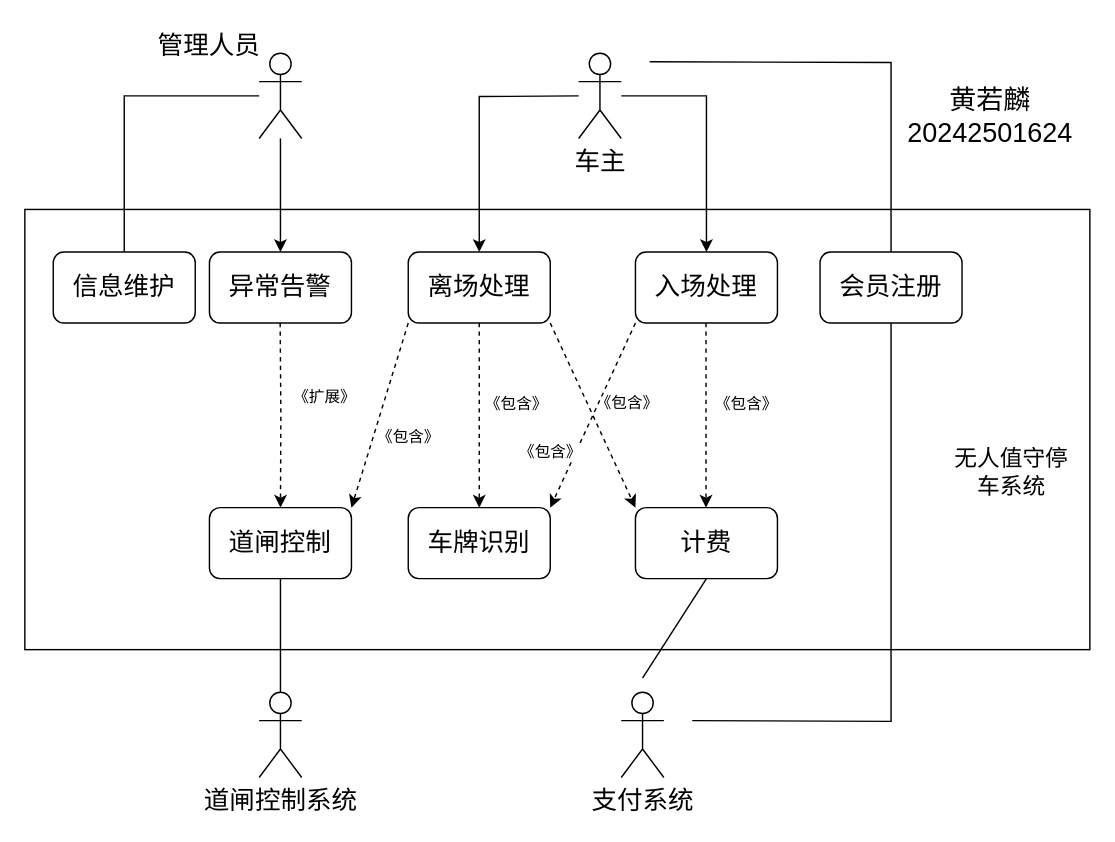
Before: 5,6章 43题.drawio in Jackrainman/draw.io, a draw.io diagram. Source tidied: cells renumbered, new cells numbered last; positions are measured from the earlier drawing's top-left corner, leaving out a move shared by most shapes. Both pictures are drawn from the tidied source at 142%, with x=0, y=0 at pixel (24, 24).
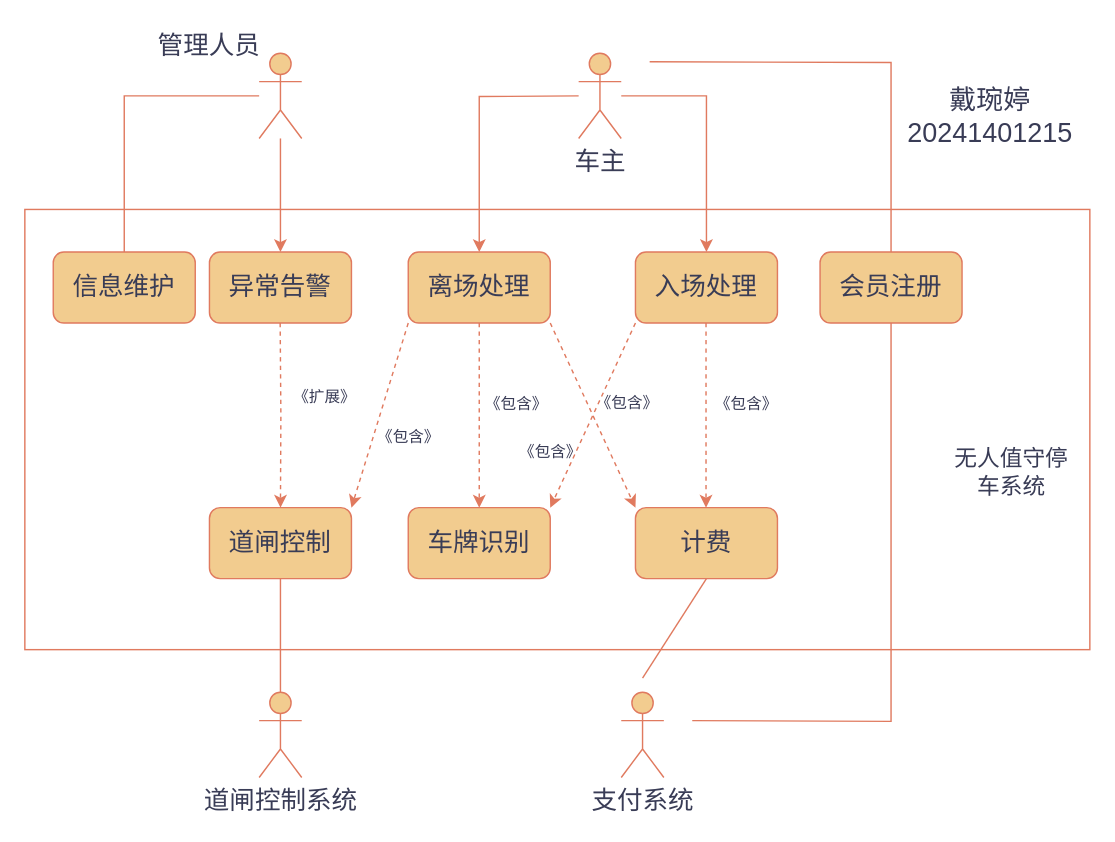
After the change.

The edit, as a diff of the source:
```diff
@@
-    <mxCell id="2" style="edgeStyle=orthogonalEdgeStyle;rounded=0;jettySize=auto;html=1;entryX=0.5;entryY=0;entryDx=0;entryDy=0;endArrow=none;endFill=0;" parent="1" edge="1" source="4" target="14">
+    <mxCell id="2" style="edgeStyle=orthogonalEdgeStyle;rounded=0;jettySize=auto;html=1;entryX=0.5;entryY=0;entryDx=0;entryDy=0;endArrow=none;endFill=0;labelBackgroundColor=none;strokeColor=#E07A5F;fontColor=default;" parent="1" edge="1" source="4" target="14">
       <mxGeometry relative="1" as="geometry" />
     </mxCell>
-    <mxCell id="3" style="edgeStyle=orthogonalEdgeStyle;rounded=0;jettySize=auto;html=1;" parent="1" edge="1" source="4" target="15">
+    <mxCell id="3" style="edgeStyle=orthogonalEdgeStyle;rounded=0;jettySize=auto;html=1;labelBackgroundColor=none;strokeColor=#E07A5F;fontColor=default;" parent="1" edge="1" source="4" target="15">
       <mxGeometry relative="1" as="geometry" />
     </mxCell>
-    <mxCell id="4" style="shape=umlActor;verticalLabelPosition=bottom;verticalAlign=top;html=1;outlineConnect=0;fontSize=18;" parent="1" vertex="1">
+    <mxCell id="4" style="shape=umlActor;verticalLabelPosition=bottom;verticalAlign=top;html=1;outlineConnect=0;fontSize=18;labelBackgroundColor=none;fillColor=#F2CC8F;strokeColor=#E07A5F;fontColor=#393C56;" parent="1" vertex="1">
       <mxGeometry x="165" y="20" width="30" height="60" as="geometry" />
     </mxCell>
-    <mxCell id="5" style="edgeStyle=orthogonalEdgeStyle;rounded=0;jettySize=auto;html=1;" parent="1" edge="1" target="22">
+    <mxCell id="5" style="edgeStyle=orthogonalEdgeStyle;rounded=0;jettySize=auto;html=1;labelBackgroundColor=none;strokeColor=#E07A5F;fontColor=default;" parent="1" edge="1" target="22">
       <mxGeometry relative="1" as="geometry">
         <mxPoint x="390" y="50" as="sourcePoint" />
       </mxGeometry>
     </mxCell>
-    <mxCell id="6" style="edgeStyle=orthogonalEdgeStyle;rounded=0;jettySize=auto;html=1;entryX=0.5;entryY=0;entryDx=0;entryDy=0;" parent="1" edge="1" target="23">
+    <mxCell id="6" style="edgeStyle=orthogonalEdgeStyle;rounded=0;jettySize=auto;html=1;entryX=0.5;entryY=0;entryDx=0;entryDy=0;labelBackgroundColor=none;strokeColor=#E07A5F;fontColor=default;" parent="1" edge="1" target="23">
       <mxGeometry relative="1" as="geometry">
         <mxPoint x="420" y="50" as="sourcePoint" />
         <Array as="points">
           <mxPoint x="480" y="50" />
         </Array>
       </mxGeometry>
     </mxCell>
-    <mxCell id="7" style="edgeStyle=orthogonalEdgeStyle;rounded=0;jettySize=auto;html=1;endArrow=none;endFill=0;" parent="1" edge="1" target="34">
+    <mxCell id="7" style="edgeStyle=orthogonalEdgeStyle;rounded=0;jettySize=auto;html=1;endArrow=none;endFill=0;labelBackgroundColor=none;strokeColor=#E07A5F;fontColor=default;" parent="1" edge="1" target="34">
       <mxGeometry relative="1" as="geometry">
         <mxPoint x="440" y="26" as="sourcePoint" />
       </mxGeometry>
     </mxCell>
-    <mxCell id="8" value="车主&lt;div&gt;&lt;br&gt;&lt;/div&gt;" style="shape=umlActor;verticalLabelPosition=bottom;verticalAlign=top;html=1;fontSize=18;" parent="1" vertex="1">
+    <mxCell id="8" value="车主&lt;div&gt;&lt;br&gt;&lt;/div&gt;" style="shape=umlActor;verticalLabelPosition=bottom;verticalAlign=top;html=1;fontSize=18;labelBackgroundColor=none;fillColor=#F2CC8F;strokeColor=#E07A5F;fontColor=#393C56;" parent="1" vertex="1">
       <mxGeometry x="390" y="20" width="30" height="60" as="geometry" />
     </mxCell>
-    <mxCell id="9" style="rounded=0;jettySize=auto;html=1;entryX=0.5;entryY=1;entryDx=0;entryDy=0;endArrow=none;endFill=0;" parent="1" edge="1" target="25">
+    <mxCell id="9" style="rounded=0;jettySize=auto;html=1;entryX=0.5;entryY=1;entryDx=0;entryDy=0;endArrow=none;endFill=0;labelBackgroundColor=none;strokeColor=#E07A5F;fontColor=default;" parent="1" edge="1" target="25">
       <mxGeometry relative="1" as="geometry">
         <mxPoint x="435" y="460" as="sourcePoint" />
       </mxGeometry>
     </mxCell>
-    <mxCell id="10" style="edgeStyle=orthogonalEdgeStyle;rounded=0;jettySize=auto;html=1;entryX=0.5;entryY=1;entryDx=0;entryDy=0;endArrow=none;endFill=0;" parent="1" edge="1" target="34">
+    <mxCell id="10" style="edgeStyle=orthogonalEdgeStyle;rounded=0;jettySize=auto;html=1;entryX=0.5;entryY=1;entryDx=0;entryDy=0;endArrow=none;endFill=0;labelBackgroundColor=none;strokeColor=#E07A5F;fontColor=default;" parent="1" edge="1" target="34">
       <mxGeometry relative="1" as="geometry">
         <mxPoint x="470" y="490" as="sourcePoint" />
       </mxGeometry>
     </mxCell>
-    <mxCell id="11" value="支付系统" style="shape=umlActor;verticalLabelPosition=bottom;verticalAlign=top;html=1;fontSize=18;" parent="1" vertex="1">
+    <mxCell id="11" value="支付系统" style="shape=umlActor;verticalLabelPosition=bottom;verticalAlign=top;html=1;fontSize=18;labelBackgroundColor=none;fillColor=#F2CC8F;strokeColor=#E07A5F;fontColor=#393C56;" parent="1" vertex="1">
       <mxGeometry x="420" y="470" width="30" height="60" as="geometry" />
     </mxCell>
-    <mxCell id="12" style="edgeStyle=orthogonalEdgeStyle;rounded=0;jettySize=auto;html=1;exitX=0.5;exitY=0;exitDx=0;exitDy=0;exitPerimeter=0;entryX=0.5;entryY=1;entryDx=0;entryDy=0;endArrow=none;endFill=0;" parent="1" edge="1" source="13" target="16">
+    <mxCell id="12" style="edgeStyle=orthogonalEdgeStyle;rounded=0;jettySize=auto;html=1;exitX=0.5;exitY=0;exitDx=0;exitDy=0;exitPerimeter=0;entryX=0.5;entryY=1;entryDx=0;entryDy=0;endArrow=none;endFill=0;labelBackgroundColor=none;strokeColor=#E07A5F;fontColor=default;" parent="1" edge="1" source="13" target="16">
       <mxGeometry relative="1" as="geometry" />
     </mxCell>
-    <mxCell id="13" value="道闸控制系统" style="shape=umlActor;verticalLabelPosition=bottom;verticalAlign=top;html=1;outlineConnect=0;fontSize=18;" parent="1" vertex="1">
+    <mxCell id="13" value="道闸控制系统" style="shape=umlActor;verticalLabelPosition=bottom;verticalAlign=top;html=1;outlineConnect=0;fontSize=18;labelBackgroundColor=none;fillColor=#F2CC8F;strokeColor=#E07A5F;fontColor=#393C56;" parent="1" vertex="1">
       <mxGeometry x="165" y="470" width="30" height="60" as="geometry" />
     </mxCell>
-    <mxCell id="14" value="信息维护" style="rounded=1;whiteSpace=wrap;html=1;fontSize=18;" parent="1" vertex="1">
+    <mxCell id="14" value="信息维护" style="rounded=1;whiteSpace=wrap;html=1;fontSize=18;labelBackgroundColor=none;fillColor=#F2CC8F;strokeColor=#E07A5F;fontColor=#393C56;" parent="1" vertex="1">
       <mxGeometry x="20" y="160" width="100" height="50" as="geometry" />
     </mxCell>
-    <mxCell id="15" value="异常告警" style="rounded=1;whiteSpace=wrap;html=1;fontSize=18;" parent="1" vertex="1">
+    <mxCell id="15" value="异常告警" style="rounded=1;whiteSpace=wrap;html=1;fontSize=18;labelBackgroundColor=none;fillColor=#F2CC8F;strokeColor=#E07A5F;fontColor=#393C56;" parent="1" vertex="1">
       <mxGeometry x="130" y="160" width="100" height="50" as="geometry" />
     </mxCell>
-    <mxCell id="16" value="道闸控制" style="rounded=1;whiteSpace=wrap;html=1;fontSize=18;" parent="1" vertex="1">
+    <mxCell id="16" value="道闸控制" style="rounded=1;whiteSpace=wrap;html=1;fontSize=18;labelBackgroundColor=none;fillColor=#F2CC8F;strokeColor=#E07A5F;fontColor=#393C56;" parent="1" vertex="1">
       <mxGeometry x="130" y="340" width="100" height="50" as="geometry" />
     </mxCell>
-    <mxCell id="17" style="edgeStyle=orthogonalEdgeStyle;rounded=0;jettySize=auto;html=1;dashed=1;" parent="1" edge="1" target="16">
+    <mxCell id="17" style="edgeStyle=orthogonalEdgeStyle;rounded=0;jettySize=auto;html=1;dashed=1;labelBackgroundColor=none;strokeColor=#E07A5F;fontColor=default;" parent="1" edge="1" target="16">
       <mxGeometry relative="1" as="geometry">
         <mxPoint x="179.8" y="210" as="sourcePoint" />
       </mxGeometry>
     </mxCell>
-    <mxCell id="18" value="《扩展》" style="edgeLabel;html=1;align=center;verticalAlign=middle;" parent="17" vertex="1">
+    <mxCell id="18" value="《扩展》" style="edgeLabel;html=1;align=center;verticalAlign=middle;labelBackgroundColor=none;fontColor=#393C56;" parent="17" vertex="1">
       <mxGeometry x="-0.2" relative="1" as="geometry">
         <mxPoint x="30" as="offset" />
       </mxGeometry>
     </mxCell>
-    <mxCell id="19" value="&lt;span style=&quot;font-size: 18px; white-space: nowrap;&quot;&gt;管理人员&lt;/span&gt;" style="text;html=1;whiteSpace=wrap;strokeColor=none;fillColor=none;align=center;verticalAlign=middle;rounded=0;" parent="1" vertex="1">
+    <mxCell id="19" value="&lt;span style=&quot;font-size: 18px; white-space: nowrap;&quot;&gt;管理人员&lt;/span&gt;" style="text;html=1;whiteSpace=wrap;strokeColor=none;fillColor=none;align=center;verticalAlign=middle;rounded=0;labelBackgroundColor=none;fontColor=#393C56;" parent="1" vertex="1">
       <mxGeometry x="100" width="60" height="30" as="geometry" />
     </mxCell>
-    <mxCell id="20" style="edgeStyle=orthogonalEdgeStyle;rounded=0;jettySize=auto;html=1;exitX=0.5;exitY=1;exitDx=0;exitDy=0;entryX=0.5;entryY=0;entryDx=0;entryDy=0;dashed=1;" parent="1" edge="1" source="22" target="24">
+    <mxCell id="20" style="edgeStyle=orthogonalEdgeStyle;rounded=0;jettySize=auto;html=1;exitX=0.5;exitY=1;exitDx=0;exitDy=0;entryX=0.5;entryY=0;entryDx=0;entryDy=0;dashed=1;labelBackgroundColor=none;strokeColor=#E07A5F;fontColor=default;" parent="1" edge="1" source="22" target="24">
       <mxGeometry relative="1" as="geometry" />
     </mxCell>
-    <mxCell id="21" value="《包含》" style="edgeLabel;html=1;align=center;verticalAlign=middle;" parent="20" vertex="1">
+    <mxCell id="21" value="《包含》" style="edgeLabel;html=1;align=center;verticalAlign=middle;labelBackgroundColor=none;fontColor=#393C56;" parent="20" vertex="1">
       <mxGeometry x="-0.14" y="1" relative="1" as="geometry">
         <mxPoint x="24" as="offset" />
       </mxGeometry>
     </mxCell>
-    <mxCell id="22" value="离场处理" style="rounded=1;whiteSpace=wrap;html=1;fontSize=18;" parent="1" vertex="1">
+    <mxCell id="22" value="离场处理" style="rounded=1;whiteSpace=wrap;html=1;fontSize=18;labelBackgroundColor=none;fillColor=#F2CC8F;strokeColor=#E07A5F;fontColor=#393C56;" parent="1" vertex="1">
       <mxGeometry x="270" y="160" width="100" height="50" as="geometry" />
     </mxCell>
-    <mxCell id="23" value="入场处理" style="rounded=1;whiteSpace=wrap;html=1;fontSize=18;" parent="1" vertex="1">
+    <mxCell id="23" value="入场处理" style="rounded=1;whiteSpace=wrap;html=1;fontSize=18;labelBackgroundColor=none;fillColor=#F2CC8F;strokeColor=#E07A5F;fontColor=#393C56;" parent="1" vertex="1">
       <mxGeometry x="430" y="160" width="100" height="50" as="geometry" />
     </mxCell>
-    <mxCell id="24" value="车牌识别" style="rounded=1;whiteSpace=wrap;html=1;fontSize=18;" parent="1" vertex="1">
+    <mxCell id="24" value="车牌识别" style="rounded=1;whiteSpace=wrap;html=1;fontSize=18;labelBackgroundColor=none;fillColor=#F2CC8F;strokeColor=#E07A5F;fontColor=#393C56;" parent="1" vertex="1">
       <mxGeometry x="270" y="340" width="100" height="50" as="geometry" />
     </mxCell>
-    <mxCell id="25" value="计费" style="rounded=1;whiteSpace=wrap;html=1;fontSize=18;" parent="1" vertex="1">
+    <mxCell id="25" value="计费" style="rounded=1;whiteSpace=wrap;html=1;fontSize=18;labelBackgroundColor=none;fillColor=#F2CC8F;strokeColor=#E07A5F;fontColor=#393C56;" parent="1" vertex="1">
       <mxGeometry x="430" y="340" width="100" height="50" as="geometry" />
     </mxCell>
-    <mxCell id="26" style="edgeStyle=orthogonalEdgeStyle;rounded=0;orthogonalLoop=1;jettySize=auto;html=1;exitX=0.5;exitY=1;exitDx=0;exitDy=0;entryX=0.5;entryY=0;entryDx=0;entryDy=0;dashed=1;" parent="1" edge="1">
+    <mxCell id="26" style="edgeStyle=orthogonalEdgeStyle;rounded=0;orthogonalLoop=1;jettySize=auto;html=1;exitX=0.5;exitY=1;exitDx=0;exitDy=0;entryX=0.5;entryY=0;entryDx=0;entryDy=0;dashed=1;labelBackgroundColor=none;strokeColor=#E07A5F;fontColor=default;" parent="1" edge="1">
       <mxGeometry relative="1" as="geometry">
         <mxPoint x="479.7" y="210" as="sourcePoint" />
         <mxPoint x="479.7" y="340" as="targetPoint" />
       </mxGeometry>
     </mxCell>
-    <mxCell id="27" value="《包含》" style="edgeLabel;html=1;align=center;verticalAlign=middle;" parent="26" vertex="1">
+    <mxCell id="27" value="《包含》" style="edgeLabel;html=1;align=center;verticalAlign=middle;labelBackgroundColor=none;fontColor=#393C56;" parent="26" vertex="1">
       <mxGeometry x="-0.14" y="1" relative="1" as="geometry">
         <mxPoint x="27" as="offset" />
       </mxGeometry>
     </mxCell>
-    <mxCell id="28" style="rounded=0;jettySize=auto;html=1;exitX=1;exitY=1;exitDx=0;exitDy=0;entryX=0;entryY=0;entryDx=0;entryDy=0;dashed=1;" parent="1" edge="1" source="22" target="25">
+    <mxCell id="28" style="rounded=0;jettySize=auto;html=1;exitX=1;exitY=1;exitDx=0;exitDy=0;entryX=0;entryY=0;entryDx=0;entryDy=0;dashed=1;labelBackgroundColor=none;strokeColor=#E07A5F;fontColor=default;" parent="1" edge="1" source="22" target="25">
       <mxGeometry relative="1" as="geometry" />
     </mxCell>
-    <mxCell id="29" value="《包含》" style="edgeLabel;html=1;align=center;verticalAlign=middle;" parent="28" vertex="1">
+    <mxCell id="29" value="《包含》" style="edgeLabel;html=1;align=center;verticalAlign=middle;labelBackgroundColor=none;fontColor=#393C56;" parent="28" vertex="1">
       <mxGeometry x="-0.14" y="1" relative="1" as="geometry">
         <mxPoint x="27" as="offset" />
       </mxGeometry>
     </mxCell>
-    <mxCell id="30" style="rounded=0;jettySize=auto;html=1;exitX=0;exitY=1;exitDx=0;exitDy=0;entryX=1;entryY=0;entryDx=0;entryDy=0;dashed=1;" parent="1" edge="1" source="23" target="24">
+    <mxCell id="30" style="rounded=0;jettySize=auto;html=1;exitX=0;exitY=1;exitDx=0;exitDy=0;entryX=1;entryY=0;entryDx=0;entryDy=0;dashed=1;labelBackgroundColor=none;strokeColor=#E07A5F;fontColor=default;" parent="1" edge="1" source="23" target="24">
       <mxGeometry relative="1" as="geometry" />
     </mxCell>
-    <mxCell id="31" value="《包含》" style="edgeLabel;html=1;align=center;verticalAlign=middle;" parent="30" vertex="1">
+    <mxCell id="31" value="《包含》" style="edgeLabel;html=1;align=center;verticalAlign=middle;labelBackgroundColor=none;fontColor=#393C56;" parent="30" vertex="1">
       <mxGeometry x="-0.14" y="1" relative="1" as="geometry">
         <mxPoint x="-35" y="34" as="offset" />
       </mxGeometry>
     </mxCell>
-    <mxCell id="32" style="rounded=0;jettySize=auto;html=1;exitX=0;exitY=1;exitDx=0;exitDy=0;entryX=1;entryY=0;entryDx=0;entryDy=0;dashed=1;" parent="1" edge="1" source="22" target="16">
+    <mxCell id="32" style="rounded=0;jettySize=auto;html=1;exitX=0;exitY=1;exitDx=0;exitDy=0;entryX=1;entryY=0;entryDx=0;entryDy=0;dashed=1;labelBackgroundColor=none;strokeColor=#E07A5F;fontColor=default;" parent="1" edge="1" source="22" target="16">
       <mxGeometry relative="1" as="geometry" />
     </mxCell>
-    <mxCell id="33" value="《包含》" style="edgeLabel;html=1;align=center;verticalAlign=middle;" parent="32" vertex="1">
+    <mxCell id="33" value="《包含》" style="edgeLabel;html=1;align=center;verticalAlign=middle;labelBackgroundColor=none;fontColor=#393C56;" parent="32" vertex="1">
       <mxGeometry x="-0.14" y="1" relative="1" as="geometry">
         <mxPoint x="16" y="24" as="offset" />
       </mxGeometry>
     </mxCell>
-    <mxCell id="34" value="会员注册" style="rounded=1;whiteSpace=wrap;html=1;fontSize=18;" parent="1" vertex="1">
+    <mxCell id="34" value="会员注册" style="rounded=1;whiteSpace=wrap;html=1;fontSize=18;labelBackgroundColor=none;fillColor=#F2CC8F;strokeColor=#E07A5F;fontColor=#393C56;" parent="1" vertex="1">
       <mxGeometry x="560" y="160" width="100" height="50" as="geometry" />
     </mxCell>
-    <mxCell id="35" style="rounded=0;whiteSpace=wrap;html=1;fillColor=none;" parent="1" vertex="1">
+    <mxCell id="35" style="rounded=0;whiteSpace=wrap;html=1;fillColor=none;labelBackgroundColor=none;strokeColor=#E07A5F;fontColor=#393C56;" parent="1" vertex="1">
       <mxGeometry y="130" width="750" height="310" as="geometry" />
     </mxCell>
-    <mxCell id="36" value="&lt;font style=&quot;font-size: 16px;&quot;&gt;无人值守停车系统&lt;/font&gt;" style="text;html=1;whiteSpace=wrap;strokeColor=none;fillColor=none;align=center;verticalAlign=middle;rounded=0;" parent="1" vertex="1">
+    <mxCell id="36" value="&lt;font style=&quot;font-size: 16px;&quot;&gt;无人值守停车系统&lt;/font&gt;" style="text;html=1;whiteSpace=wrap;strokeColor=none;fillColor=none;align=center;verticalAlign=middle;rounded=0;labelBackgroundColor=none;fontColor=#393C56;" parent="1" vertex="1">
       <mxGeometry x="650" y="300" width="90" height="30" as="geometry" />
     </mxCell>
-    <mxCell id="37" value="&lt;font style=&quot;font-size: 19px;&quot;&gt;黄若麟 20242501624&lt;/font&gt;" style="text;html=1;whiteSpace=wrap;strokeColor=none;fillColor=none;align=center;verticalAlign=middle;rounded=0;" parent="1" vertex="1">
+    <mxCell id="37" value="&lt;font style=&quot;font-size: 19px;&quot;&gt;戴琬婷 20241401215&lt;/font&gt;" style="text;html=1;whiteSpace=wrap;strokeColor=none;fillColor=none;align=center;verticalAlign=middle;rounded=0;labelBackgroundColor=none;fontColor=#393C56;" parent="1" vertex="1">
       <mxGeometry x="630" y="50" width="100" height="30" as="geometry" />
     </mxCell>
```
